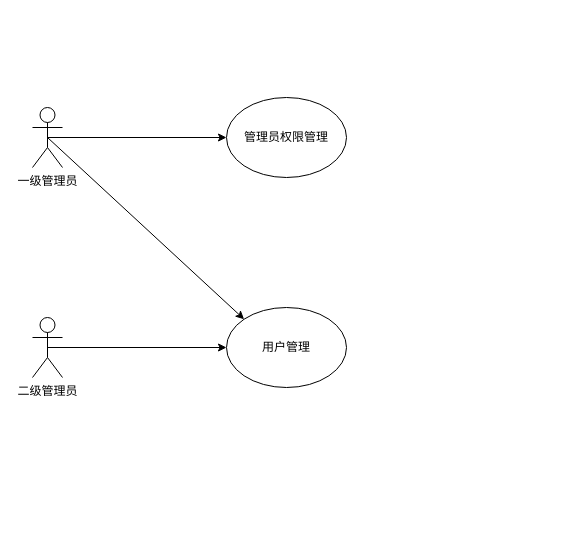
Above: 管理员用例图.drawio in YuChenLiao/UML (draw.io), before the change. Source tidied: cells renumbered, new cells numbered last; positions are measured from the earlier drawing's top-left corner, leaving out a move shared by most shapes. Both pictures are drawn from the tidied source at 100%, with x=0, y=0 at pixel (32, 97).
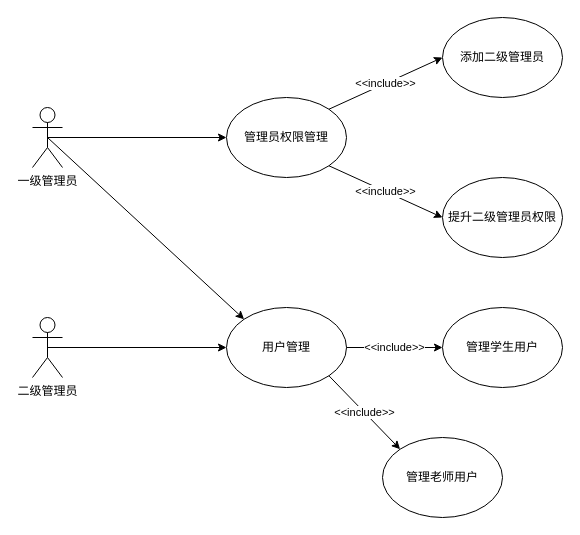
The same diagram, later.

Commit message (it also covers changes not shown here):
更新管理员用例图.drawio

Diff of the diagram source:
```diff
@@
 <mxGraphModel>
   <root>
     <mxCell id="0" />
     <mxCell id="1" parent="0" />
     <mxCell id="2" value="一级管理员" style="shape=umlActor;verticalLabelPosition=bottom;verticalAlign=top;html=1;outlineConnect=0;" parent="1" vertex="1">
       <mxGeometry y="10" width="30" height="60" as="geometry" />
     </mxCell>
     <mxCell id="3" value="二级管理员" style="shape=umlActor;verticalLabelPosition=bottom;verticalAlign=top;html=1;outlineConnect=0;" parent="1" vertex="1">
       <mxGeometry y="220" width="30" height="60" as="geometry" />
     </mxCell>
     <mxCell id="4" value="管理员权限管理" style="ellipse;whiteSpace=wrap;html=1;" parent="1" vertex="1">
       <mxGeometry x="194" width="120" height="80" as="geometry" />
     </mxCell>
     <mxCell id="5" value="用户管理" style="ellipse;whiteSpace=wrap;html=1;" parent="1" vertex="1">
       <mxGeometry x="194" y="210" width="120" height="80" as="geometry" />
     </mxCell>
     <mxCell id="6" style="endArrow=classic;html=1;rounded=0;entryX=0;entryY=0.5;entryDx=0;entryDy=0;exitX=0.5;exitY=0.5;exitDx=0;exitDy=0;exitPerimeter=0;" parent="1" edge="1" source="2" target="4">
       <mxGeometry relative="1" as="geometry" />
     </mxCell>
     <mxCell id="7" style="endArrow=classic;html=1;rounded=0;exitX=0.5;exitY=0.5;exitDx=0;exitDy=0;exitPerimeter=0;entryX=0;entryY=0;entryDx=0;entryDy=0;" parent="1" edge="1" source="2" target="5">
       <mxGeometry relative="1" as="geometry" />
     </mxCell>
     <mxCell id="8" style="endArrow=classic;html=1;rounded=0;exitX=0.5;exitY=0.5;exitDx=0;exitDy=0;exitPerimeter=0;entryX=0;entryY=0.5;entryDx=0;entryDy=0;" parent="1" edge="1" source="3" target="5">
       <mxGeometry relative="1" as="geometry" />
     </mxCell>
+    <mxCell id="9" value="添加二级管理员" style="ellipse;whiteSpace=wrap;html=1;" parent="1" vertex="1">
+      <mxGeometry x="410" y="-80" width="120" height="80" as="geometry" />
+    </mxCell>
+    <mxCell id="10" value="提升二级管理员权限" style="ellipse;whiteSpace=wrap;html=1;" parent="1" vertex="1">
+      <mxGeometry x="410" y="80" width="120" height="80" as="geometry" />
+    </mxCell>
+    <mxCell id="11" value="&amp;lt;&amp;lt;include&amp;gt;&amp;gt;" style="endArrow=classic;html=1;rounded=0;exitX=1;exitY=0;exitDx=0;exitDy=0;entryX=0;entryY=0.5;entryDx=0;entryDy=0;" parent="1" edge="1" source="4" target="9">
+      <mxGeometry relative="1" as="geometry" />
+    </mxCell>
+    <mxCell id="12" value="&amp;lt;&amp;lt;include&amp;gt;&amp;gt;" style="endArrow=classic;html=1;rounded=0;exitX=1;exitY=1;exitDx=0;exitDy=0;entryX=0;entryY=0.5;entryDx=0;entryDy=0;" parent="1" edge="1" source="4" target="10">
+      <mxGeometry relative="1" as="geometry" />
+    </mxCell>
+    <mxCell id="13" value="&amp;lt;&amp;lt;include&amp;gt;&amp;gt;" style="endArrow=classic;html=1;rounded=0;exitX=1;exitY=0.5;exitDx=0;exitDy=0;entryX=0;entryY=0.5;entryDx=0;entryDy=0;" parent="1" edge="1" source="5" target="14">
+      <mxGeometry relative="1" as="geometry" />
+    </mxCell>
+    <mxCell id="14" value="管理学生用户" style="ellipse;whiteSpace=wrap;html=1;" parent="1" vertex="1">
+      <mxGeometry x="410" y="210" width="120" height="80" as="geometry" />
+    </mxCell>
+    <mxCell id="15" value="管理老师用户" style="ellipse;whiteSpace=wrap;html=1;" parent="1" vertex="1">
+      <mxGeometry x="350" y="340" width="120" height="80" as="geometry" />
+    </mxCell>
+    <mxCell id="16" value="&amp;lt;&amp;lt;include&amp;gt;&amp;gt;" style="endArrow=classic;html=1;rounded=0;exitX=1;exitY=1;exitDx=0;exitDy=0;entryX=0;entryY=0;entryDx=0;entryDy=0;" parent="1" edge="1" source="5" target="15">
+      <mxGeometry relative="1" as="geometry" />
+    </mxCell>
   </root>
 </mxGraphModel>
```
